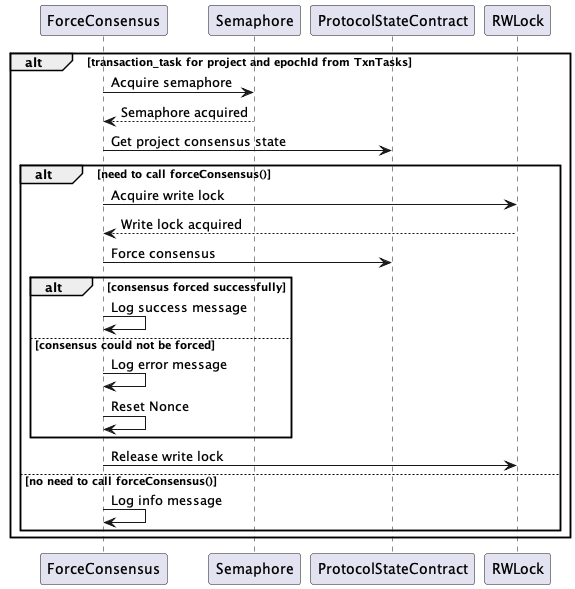
The PlantUML diagram docs/images/txn_task.png in PowerLoom/onchain-consensus, before a commit. Source of this version:
```plantuml
@startuml

alt transaction_task for project and epochId from TxnTasks
        ForceConsensus -> Semaphore : Acquire semaphore
        Semaphore --> ForceConsensus : Semaphore acquired

        ForceConsensus -> ProtocolStateContract : Get project consensus state
        alt need to call forceConsensus()

            ForceConsensus -> RWLock : Acquire write lock
            RWLock --> ForceConsensus : Write lock acquired

            ForceConsensus -> ProtocolStateContract : Force consensus
            alt consensus forced successfully
                ForceConsensus -> ForceConsensus : Log success message
            else consensus could not be forced
                ForceConsensus -> ForceConsensus : Log error message
                ForceConsensus -> ForceConsensus : Reset Nonce
            end

            ForceConsensus -> RWLock : Release write lock

        else no need to call forceConsensus()

            ForceConsensus -> ForceConsensus : Log info message
        end
end
@enduml
```
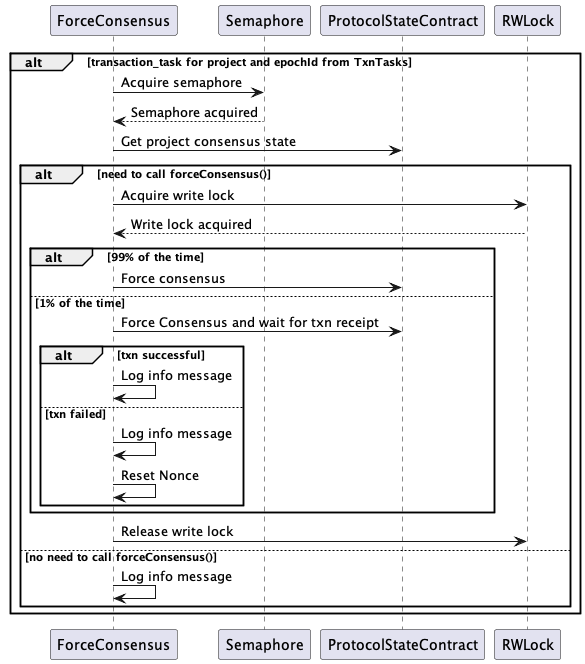
Later version of the same file.

Change to the diagram source:
```diff
@@ -10,12 +10,17 @@
             ForceConsensus -> RWLock : Acquire write lock
             RWLock --> ForceConsensus : Write lock acquired
 
-            ForceConsensus -> ProtocolStateContract : Force consensus
-            alt consensus forced successfully
-                ForceConsensus -> ForceConsensus : Log success message
-            else consensus could not be forced
-                ForceConsensus -> ForceConsensus : Log error message
-                ForceConsensus -> ForceConsensus : Reset Nonce
+            alt 99% of the time
+                ForceConsensus -> ProtocolStateContract : Force consensus
+
+            else 1% of the time
+                ForceConsensus -> ProtocolStateContract : Force Consensus and wait for txn receipt
+                alt txn successful
+                    ForceConsensus -> ForceConsensus : Log info message
+                else txn failed
+                    ForceConsensus -> ForceConsensus : Log info message
+                    ForceConsensus -> ForceConsensus : Reset Nonce
+                end
             end
 
             ForceConsensus -> RWLock : Release write lock
```
